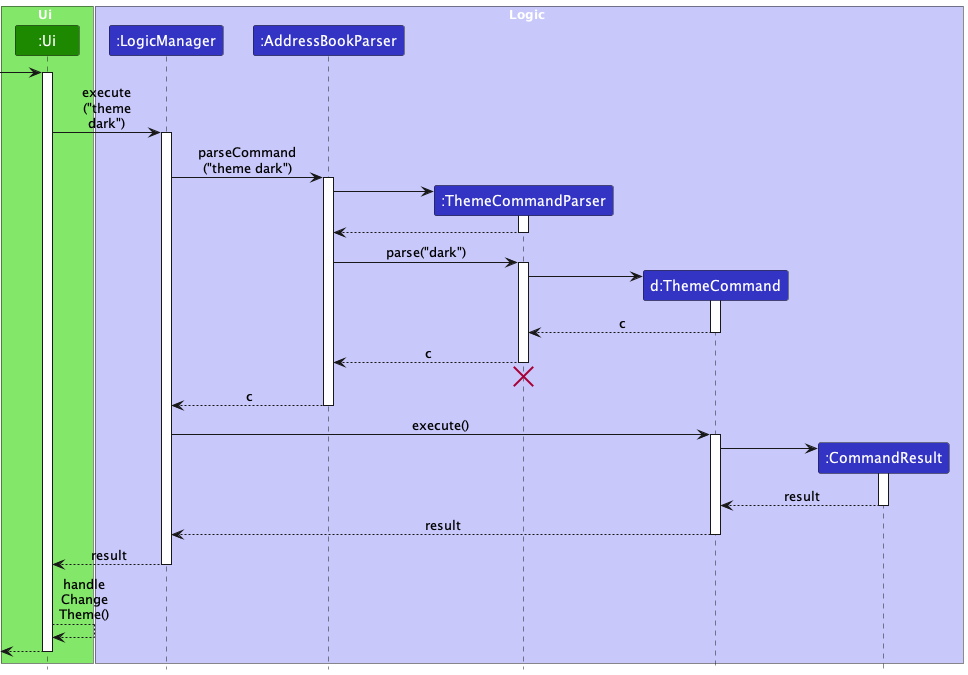
Before: docs/images/ChangeThemeSequenceDiagram.png, a diagram exported from PlantUML (nus-cs2103-AY2324S1/tp). Its diagram source:
```plantuml
@startuml
!include style.puml
skinparam ArrowFontStyle plain
box Ui UI_COLOR_T1
participant ":Ui" as Ui UI_COLOR
end box

box Logic LOGIC_COLOR_T1
participant ":LogicManager" as LogicManager LOGIC_COLOR
participant ":AddressBookParser" as AddressBookParser LOGIC_COLOR
participant ":ThemeCommandParser" as ThemeCommandParser LOGIC_COLOR
participant "d:ThemeCommand" as ThemeCommand LOGIC_COLOR
participant ":CommandResult" as CommandResult LOGIC_COLOR
end box

[-> Ui :
activate Ui

Ui -> LogicManager : execute\n("theme\ndark")
activate LogicManager

LogicManager -> AddressBookParser : parseCommand\n("theme dark")
activate AddressBookParser

create ThemeCommandParser
AddressBookParser -> ThemeCommandParser
activate ThemeCommandParser

ThemeCommandParser --> AddressBookParser
deactivate ThemeCommandParser

AddressBookParser -> ThemeCommandParser : parse("dark")
activate ThemeCommandParser

create ThemeCommand
ThemeCommandParser -> ThemeCommand
activate ThemeCommand

ThemeCommand --> ThemeCommandParser : c
deactivate ThemeCommand

ThemeCommandParser --> AddressBookParser : c
deactivate ThemeCommandParser
ThemeCommandParser -[hidden]-> AddressBookParser
destroy ThemeCommandParser

AddressBookParser --> LogicManager : c
deactivate AddressBookParser

LogicManager -> ThemeCommand : execute()
activate ThemeCommand

create CommandResult
ThemeCommand -> CommandResult
activate CommandResult

CommandResult --> ThemeCommand : result
deactivate CommandResult

ThemeCommand --> LogicManager : result
deactivate ThemeCommand

LogicManager --> Ui : result
deactivate LogicManager

Ui --> Ui : handle\nChange\nTheme()

[<--Ui
deactivate Ui
@enduml
```
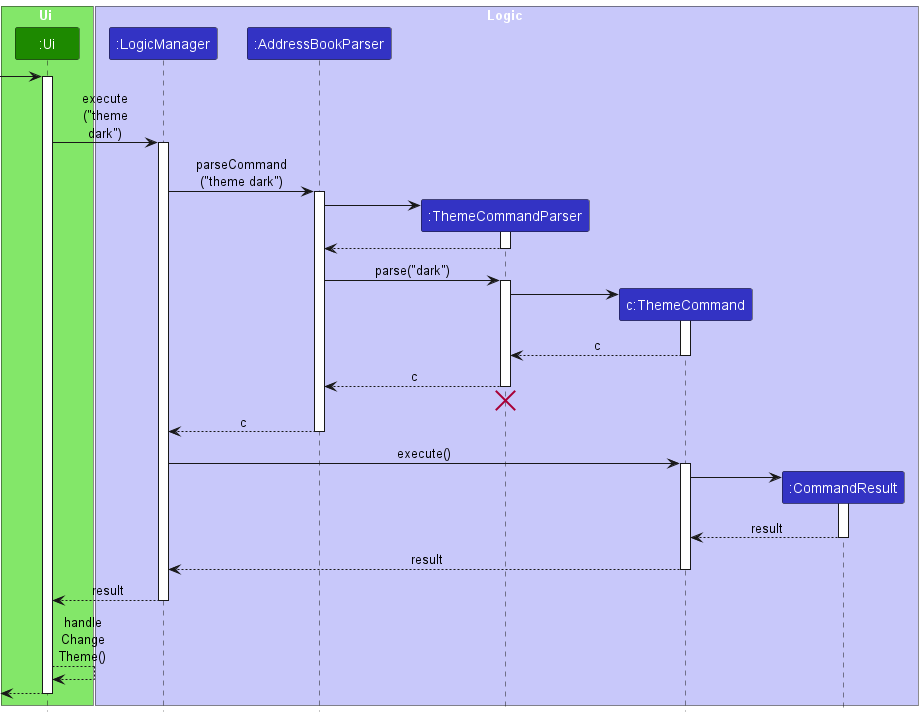
Later version of the same file.

Commit message:
Update Ui splitting and use cases

Diff of the diagram source:
```diff
@@ -9,7 +9,7 @@
 participant ":LogicManager" as LogicManager LOGIC_COLOR
 participant ":AddressBookParser" as AddressBookParser LOGIC_COLOR
 participant ":ThemeCommandParser" as ThemeCommandParser LOGIC_COLOR
-participant "d:ThemeCommand" as ThemeCommand LOGIC_COLOR
+participant "c:ThemeCommand" as ThemeCommand LOGIC_COLOR
 participant ":CommandResult" as CommandResult LOGIC_COLOR
 end box
 
```
